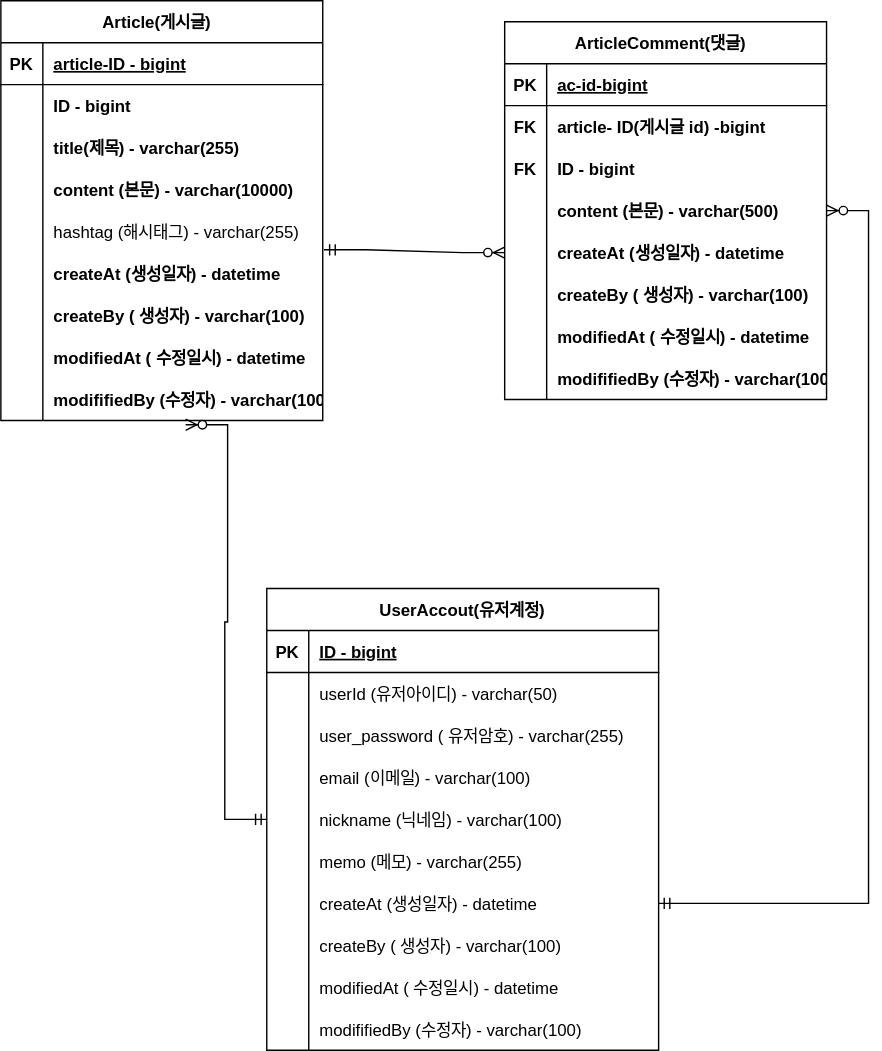
sogn2/project-board keeps this draw.io diagram as document/ERD.svg. Above is the earlier version. Source tidied: cells renumbered, new cells last; positions are measured from the earlier drawing's top-left corner, leaving out a move shared by most shapes.
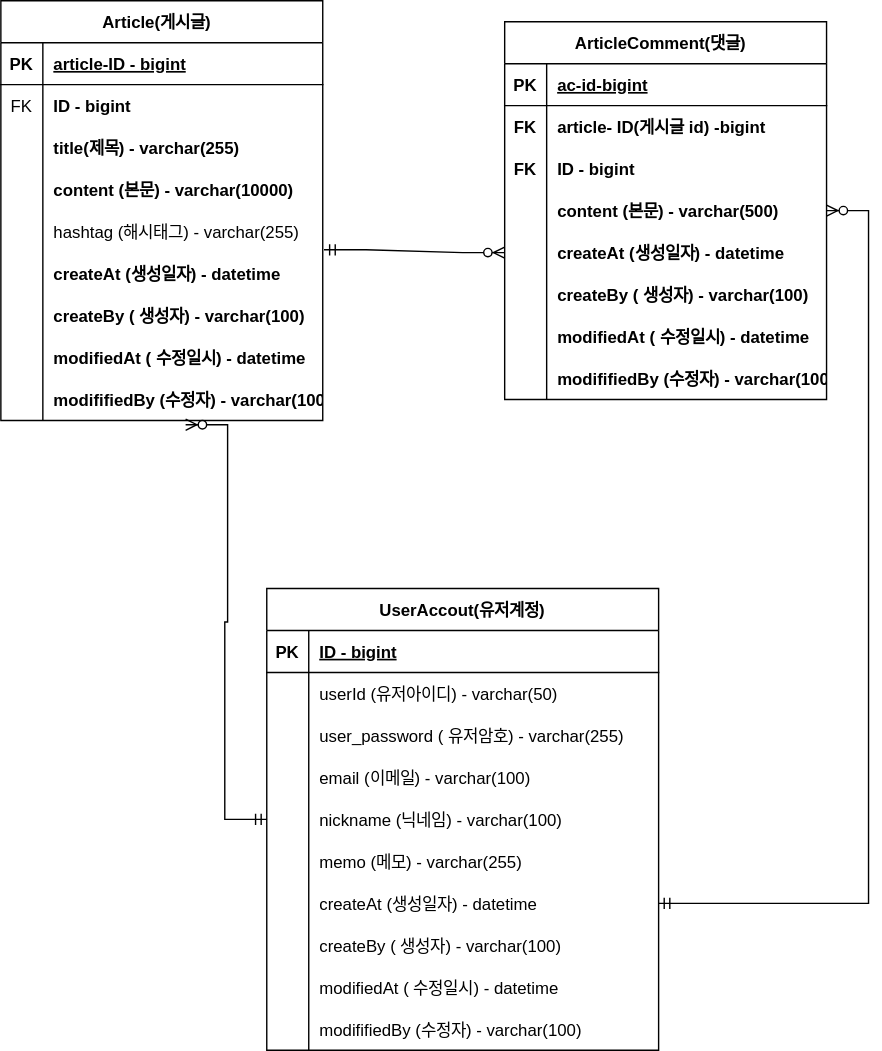
After the commit.

The edit, as a diff of the source:
```diff
@@ -17,7 +17,7 @@
     <mxCell id="6" style="shape=tableRow;horizontal=0;startSize=0;swimlaneHead=0;swimlaneBody=0;fillColor=none;top=0;left=0;right=0;bottom=0;" parent="2" vertex="1">
       <mxGeometry y="60" width="230" height="30" as="geometry" />
     </mxCell>
-    <mxCell id="7" style="shape=partialRectangle;fillColor=none;top=0;left=0;bottom=0;right=0;overflow=hidden;" parent="6" vertex="1">
+    <mxCell id="7" value="FK" style="shape=partialRectangle;fillColor=none;top=0;left=0;bottom=0;right=0;overflow=hidden;" parent="6" vertex="1">
       <mxGeometry width="30" height="30" as="geometry" />
     </mxCell>
     <mxCell id="8" value="ID - bigint" style="shape=partialRectangle;fillColor=none;top=0;left=0;bottom=0;right=0;align=left;spacingLeft=6;overflow=hidden;fontStyle=1;" parent="6" vertex="1">
```
